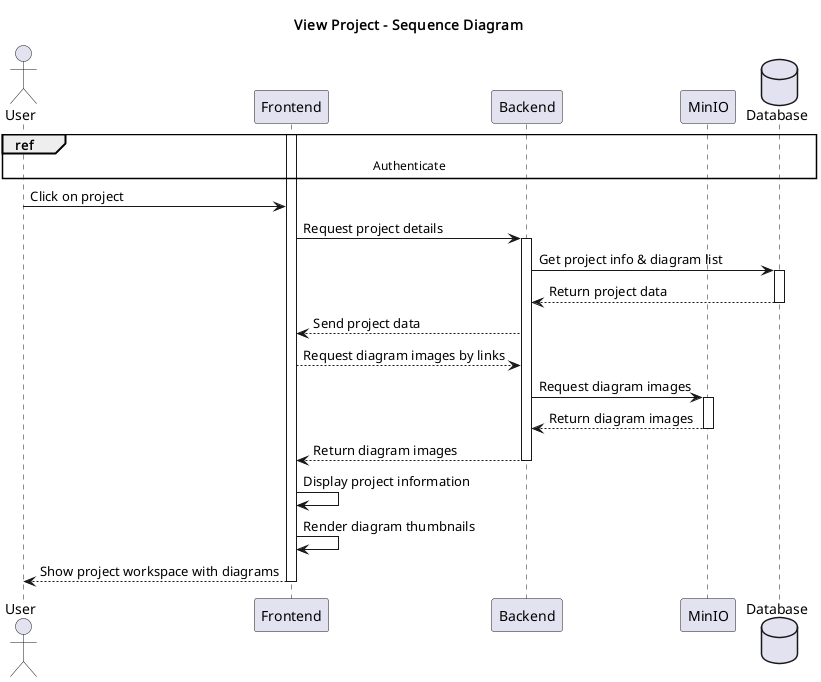
Earlier version of the PlantUML export conception/SprintIII/sequence_diagrams/sequence_projectManagement_3_2_ViewProjectDetails.png (souhaib-askri/report_pfe).
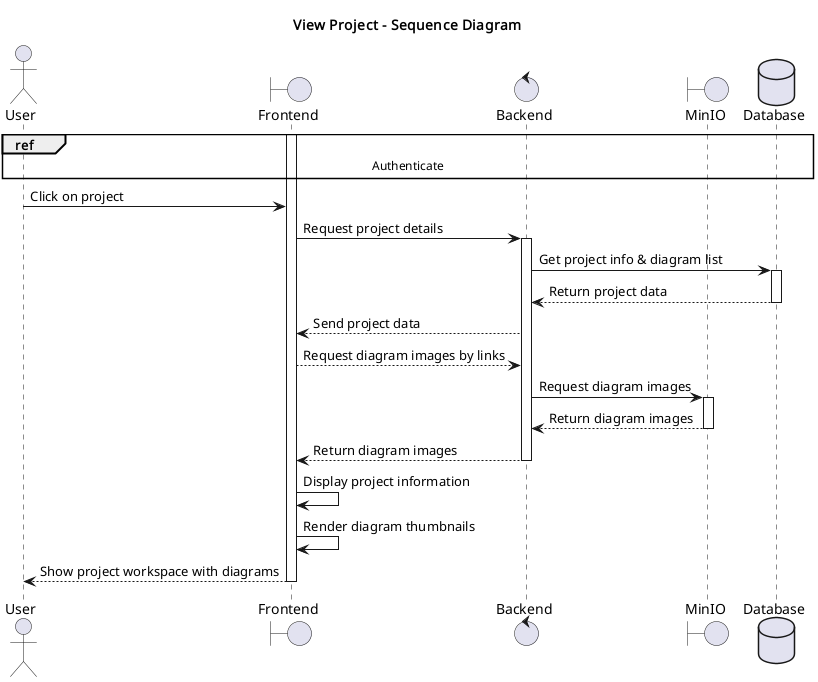
The same diagram one commit later.

Change to the diagram source:
```diff
@@ -2,9 +2,9 @@
 title View Project - Sequence Diagram
 
 actor User
-participant Frontend
-participant Backend
-participant MinIO
+boundary Frontend
+control Backend
+boundary MinIO
 database Database
 
 ref over User, Database: Authenticate
```
